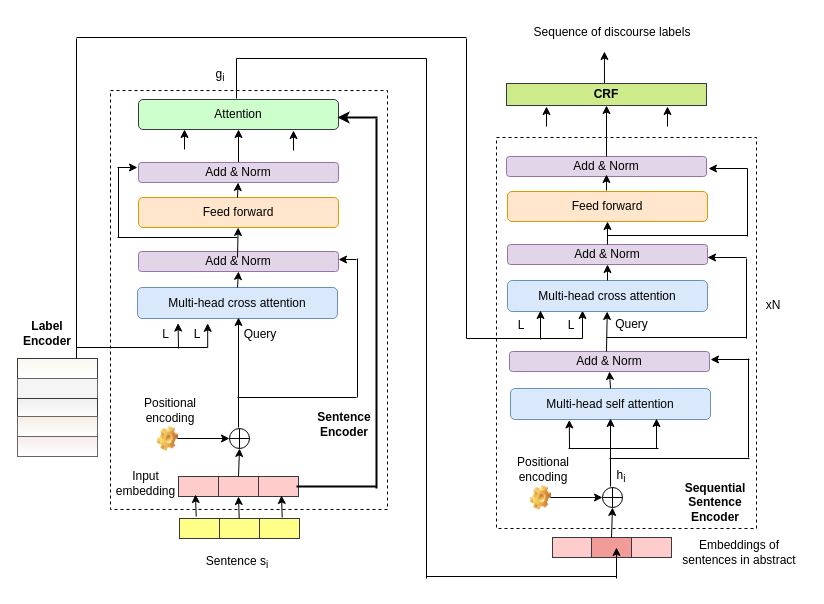
The draw.io diagram liht.drawio in dksanyal/Abstract2StructuredAbstract, before the edit. Source tidied: cells renumbered, new cells numbered last; positions are measured from the earlier drawing's top-left corner, leaving out a move shared by most shapes. Both pictures are drawn from the tidied source at 100%, with x=0, y=0 at pixel (17, 17).
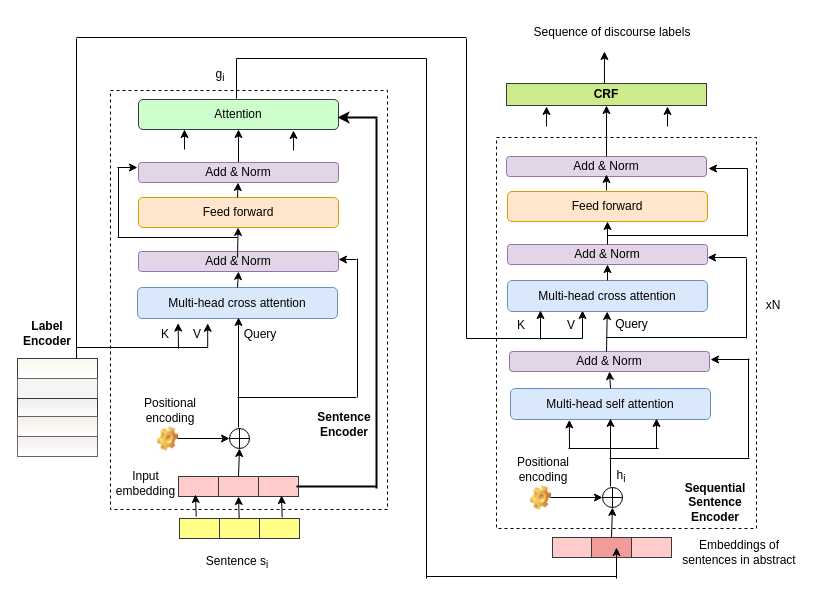
Above is the later version.

Diff of the diagram source:
```diff
@@
-    <mxCell id="75" value="L" style="text;html=1;strokeColor=none;fillColor=none;align=center;verticalAlign=middle;whiteSpace=wrap;rounded=0;" parent="1" vertex="1">
+    <mxCell id="75" value="V" style="text;html=1;strokeColor=none;fillColor=none;align=center;verticalAlign=middle;whiteSpace=wrap;rounded=0;" parent="1" vertex="1">
       <mxGeometry x="150" y="302" width="60" height="30" as="geometry" />
     </mxCell>
@@
-    <mxCell id="78" value="L" style="text;html=1;strokeColor=none;fillColor=none;align=center;verticalAlign=middle;whiteSpace=wrap;rounded=0;" parent="1" vertex="1">
+    <mxCell id="78" value="K" style="text;html=1;strokeColor=none;fillColor=none;align=center;verticalAlign=middle;whiteSpace=wrap;rounded=0;" parent="1" vertex="1">
       <mxGeometry x="474" y="293" width="60" height="30" as="geometry" />
     </mxCell>
-    <mxCell id="79" value="L" style="text;html=1;strokeColor=none;fillColor=none;align=center;verticalAlign=middle;whiteSpace=wrap;rounded=0;" parent="1" vertex="1">
+    <mxCell id="79" value="V" style="text;html=1;strokeColor=none;fillColor=none;align=center;verticalAlign=middle;whiteSpace=wrap;rounded=0;" parent="1" vertex="1">
       <mxGeometry x="524" y="293" width="60" height="30" as="geometry" />
     </mxCell>
@@
-    <mxCell id="81" value="L" style="text;html=1;strokeColor=none;fillColor=none;align=center;verticalAlign=middle;whiteSpace=wrap;rounded=0;" parent="1" vertex="1">
-      <mxGeometry x="117" y="302" width="63" height="30" as="geometry" />
+    <mxCell id="81" value="K" style="text;html=1;strokeColor=none;fillColor=none;align=center;verticalAlign=middle;whiteSpace=wrap;rounded=0;" parent="1" vertex="1">
+      <mxGeometry x="117" y="302" width="62" height="30" as="geometry" />
     </mxCell>
```
